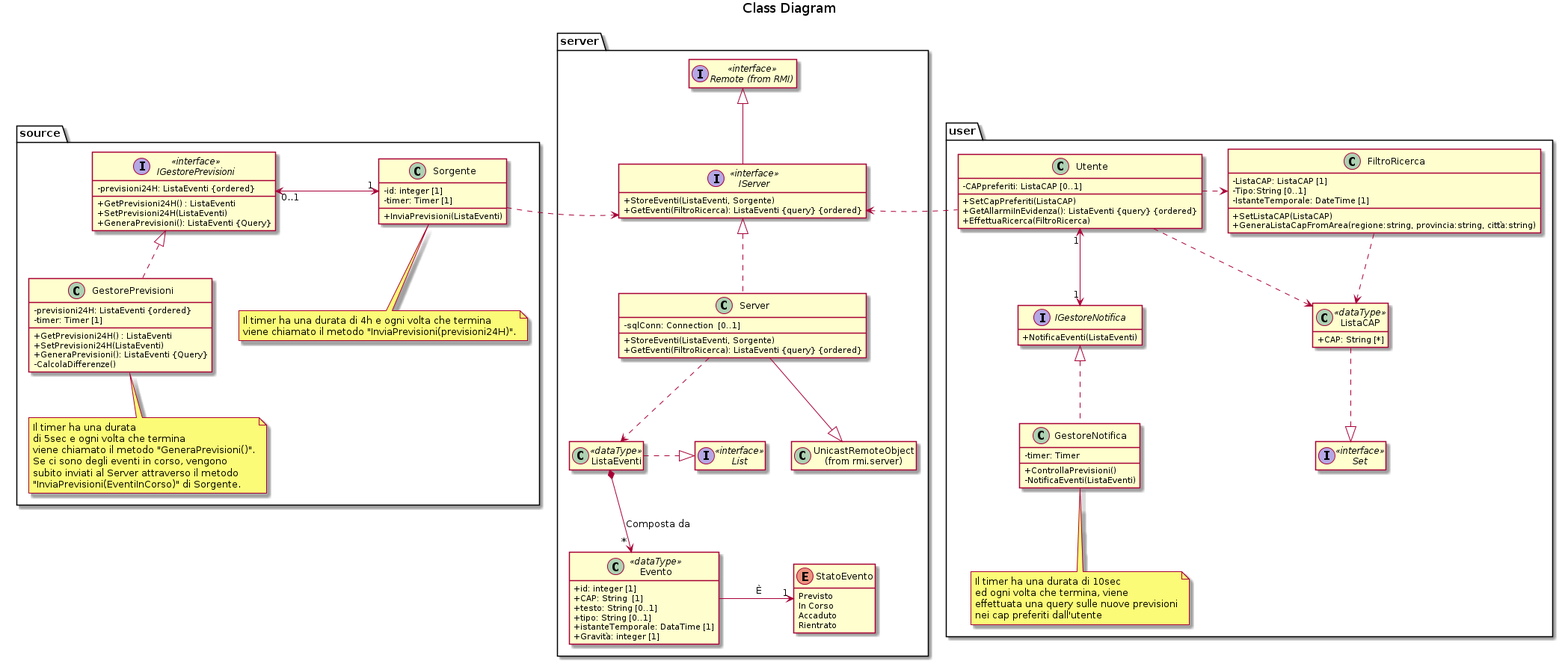
xFA25E/sweng_14_2019 keeps this PlantUML diagram as build/diagrams/class.png. Above is the earlier version.
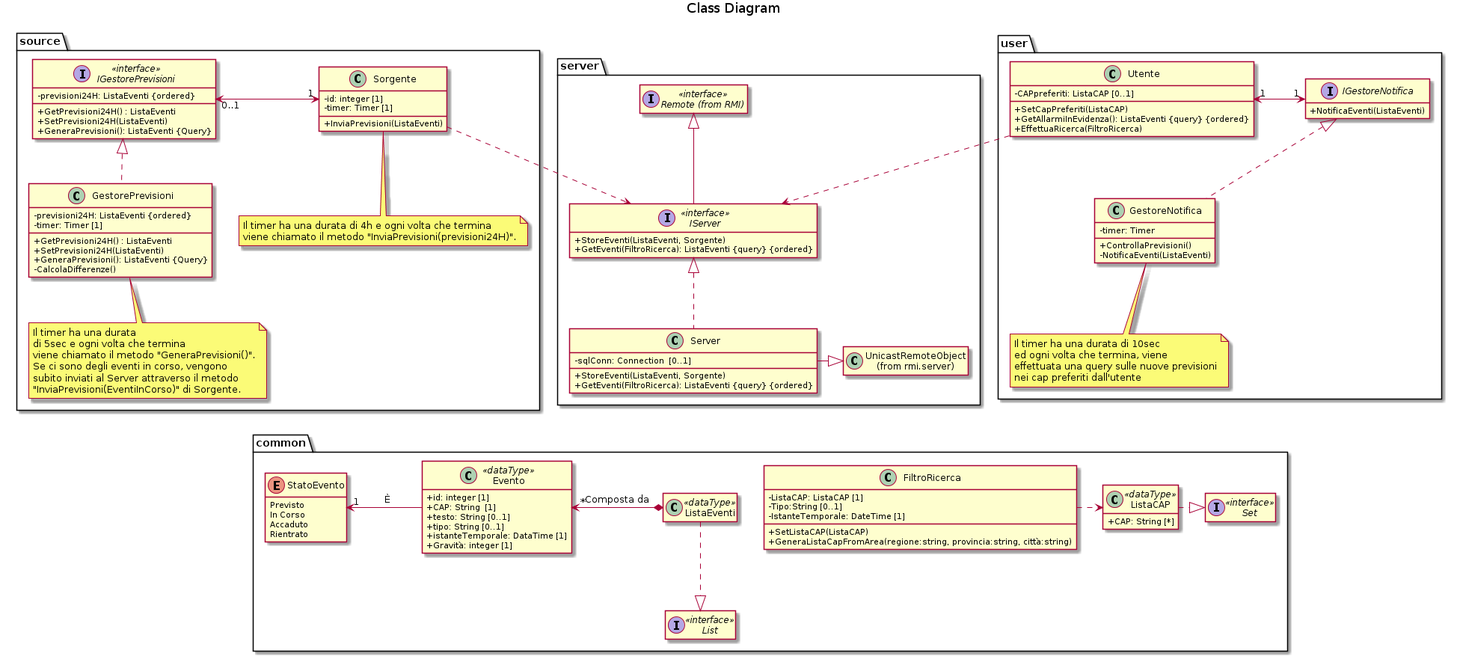
After the commit.

Diff of the diagram source:
```diff
@@ -45,33 +45,9 @@
 
     class "UnicastRemoteObject\n(from rmi.server)" as UnicastRemoteObject
 
-    class ListaEventi <<dataType>>
-
-    interface List<<interface>>
-
-    class Evento<<dataType>> {
-        + id: integer [1]
-        + CAP: String  [1]
-        + testo: String [0..1]
-        + tipo: String [0..1]
-        + istanteTemporale: DataTime [1]
-        + Gravità: integer [1]
-    }
-
-    enum StatoEvento {
-        Previsto
-        In Corso
-        Accaduto
-        Rientrato
-    }
-
     Remote <|-- IServer
     IServer <|.. Server
-    Server --|> UnicastRemoteObject
-    Server ..> ListaEventi
-    ListaEventi .|> List: \t
-    ListaEventi *--> " * " Evento: Composta da
-    Evento -> "1" StatoEvento: \tÈ\t
+    Server -|> UnicastRemoteObject
 }
 
 Sorgente .> IServer
@@ -82,20 +58,6 @@
         + SetCapPreferiti(ListaCAP)
         + GetAllarmiInEvidenza(): ListaEventi {query} {ordered}
         + EffettuaRicerca(FiltroRicerca)
-    }
-
-    class ListaCAP <<dataType>> {
-        + CAP: String [*]
-    }
-
-    interface Set<<interface>>
-
-    class FiltroRicerca {
-        - ListaCAP: ListaCAP [1]
-        - Tipo:String [0..1]
-        - IstanteTemporale: DateTime [1]
-        + SetListaCAP(ListaCAP)
-        + GeneraListaCapFromArea(regione:string, provincia:string, città:string)
     }
 
     interface IGestoreNotifica {
@@ -109,17 +71,59 @@
     }
     note bottom of GestoreNotifica: Il timer ha una durata di 10sec\ned ogni volta che termina, viene\neffettuata una query sulle nuove previsioni\nnei cap preferiti dall'utente
 
-    Utente "1" <--> "1" IGestoreNotifica
+    Utente "1" <-> "1" IGestoreNotifica :\t
     IGestoreNotifica <|.. GestoreNotifica
-    Utente .> ListaCAP
-    Utente .> FiltroRicerca
-    FiltroRicerca ..> ListaCAP
-    ListaCAP ..|> Set
 }
 
-IServer <. Utente
+Utente ..> IServer
+
+package common {
+    enum StatoEvento {
+        Previsto
+        In Corso
+        Accaduto
+        Rientrato
+    }
+
+    class Evento<<dataType>> {
+        + id: integer [1]
+        + CAP: String  [1]
+        + testo: String [0..1]
+        + tipo: String [0..1]
+        + istanteTemporale: DataTime [1]
+        + Gravità: integer [1]
+    }
+
+    class ListaEventi <<dataType>>
+
+    interface List<<interface>>
+
+    ListaEventi ..|> List: \t
+    StatoEvento "1" <- Evento: \tÈ\t
+    Evento " * " <-*  ListaEventi: Composta da
+
+    class FiltroRicerca {
+        - ListaCAP: ListaCAP [1]
+        - Tipo:String [0..1]
+        - IstanteTemporale: DateTime [1]
+        + SetListaCAP(ListaCAP)
+        + GeneraListaCapFromArea(regione:string, provincia:string, città:string)
+    }
+
+    class ListaCAP <<dataType>> {
+        + CAP: String [*]
+    }
+
+    interface Set<<interface>>
+
+    ListaCAP .|> Set
+    FiltroRicerca .> ListaCAP
+}
 
 hide empty members
 skinparam classAttributeIconSize 0
-IGestoreNotifica -[hidden]> ListaCAP : \t\t\t\t\t\t
+ListaEventi -[hidden] FiltroRicerca
+GestorePrevisioni -[hidden]-- StatoEvento
+Server .[hidden].> ListaEventi
+Utente .[hidden].> FiltroRicerca
 @enduml
```
